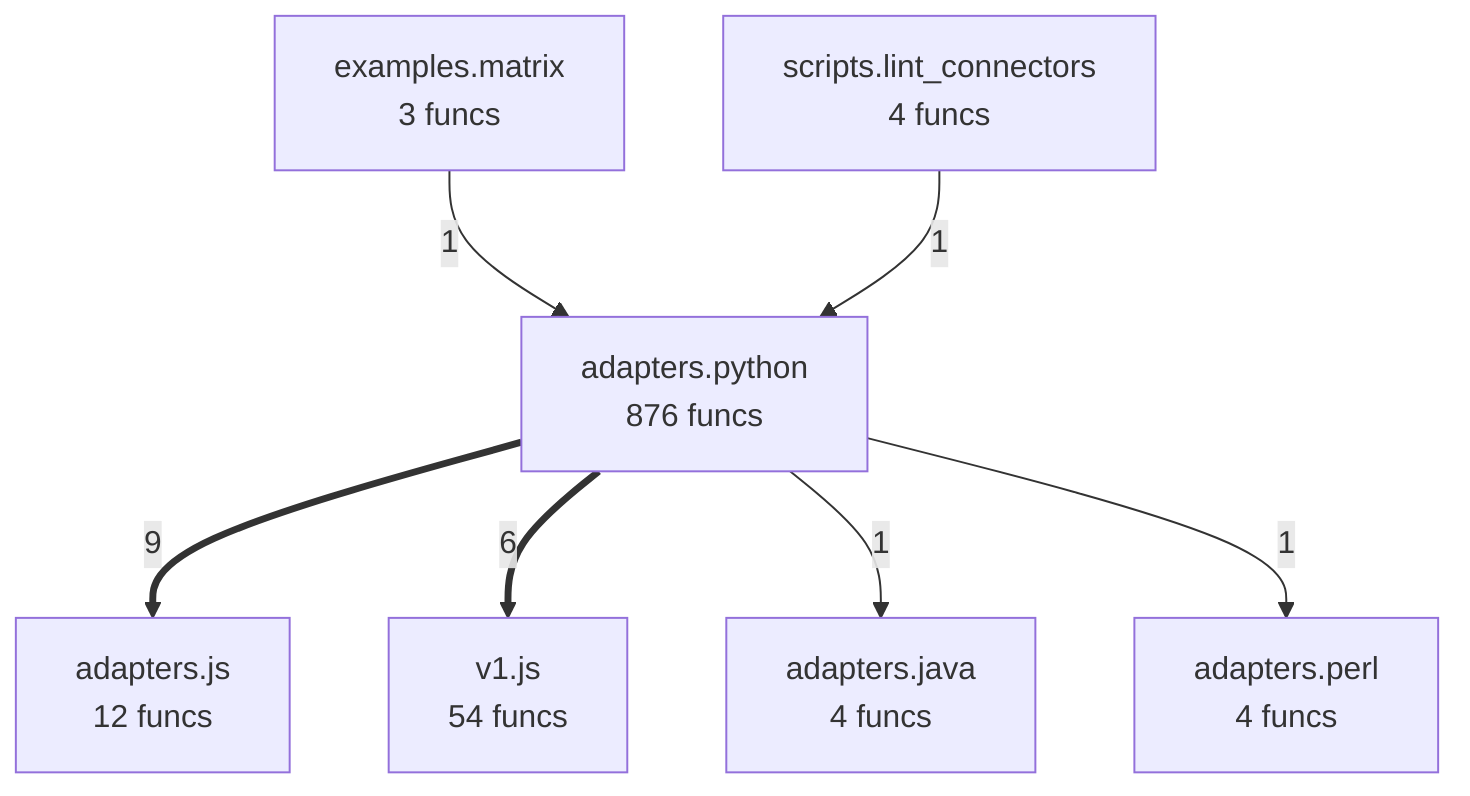
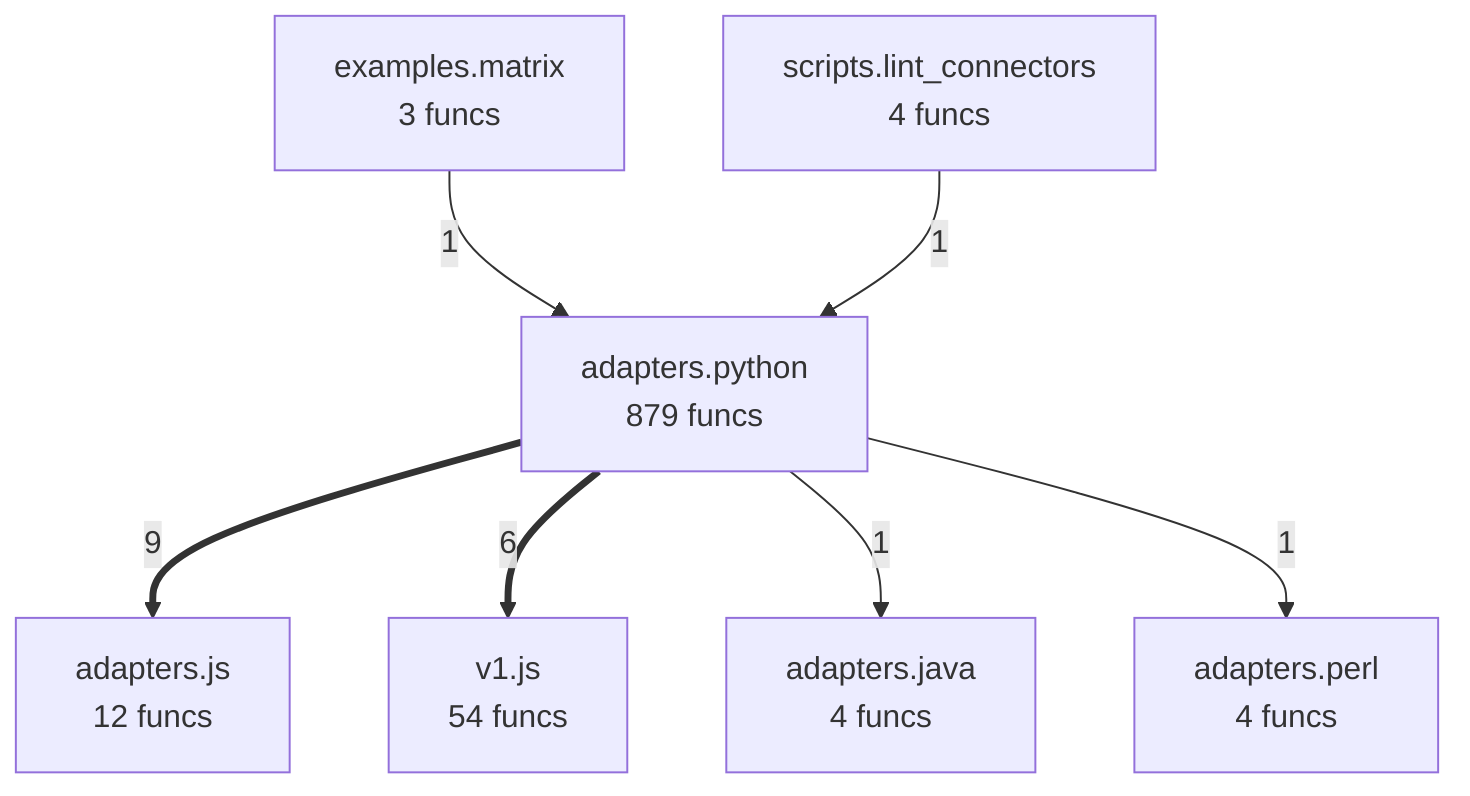
flowchart TD
%% generated in 0.02s
    adapters__java["adapters.java<br/>4 funcs"]
    adapters__js["adapters.js<br/>12 funcs"]
    adapters__perl["adapters.perl<br/>4 funcs"]
-     adapters__python["adapters.python<br/>876 funcs"]
+     adapters__python["adapters.python<br/>879 funcs"]
    examples__matrix["examples.matrix<br/>3 funcs"]
    scripts__lint_connectors["scripts.lint_connectors<br/>4 funcs"]
    v1__js["v1.js<br/>54 funcs"]
    adapters__python ==>|9| adapters__js
    adapters__python ==>|6| v1__js
    examples__matrix -->|1| adapters__python
    scripts__lint_connectors -->|1| adapters__python
    adapters__python -->|1| adapters__java
    adapters__python -->|1| adapters__perl
